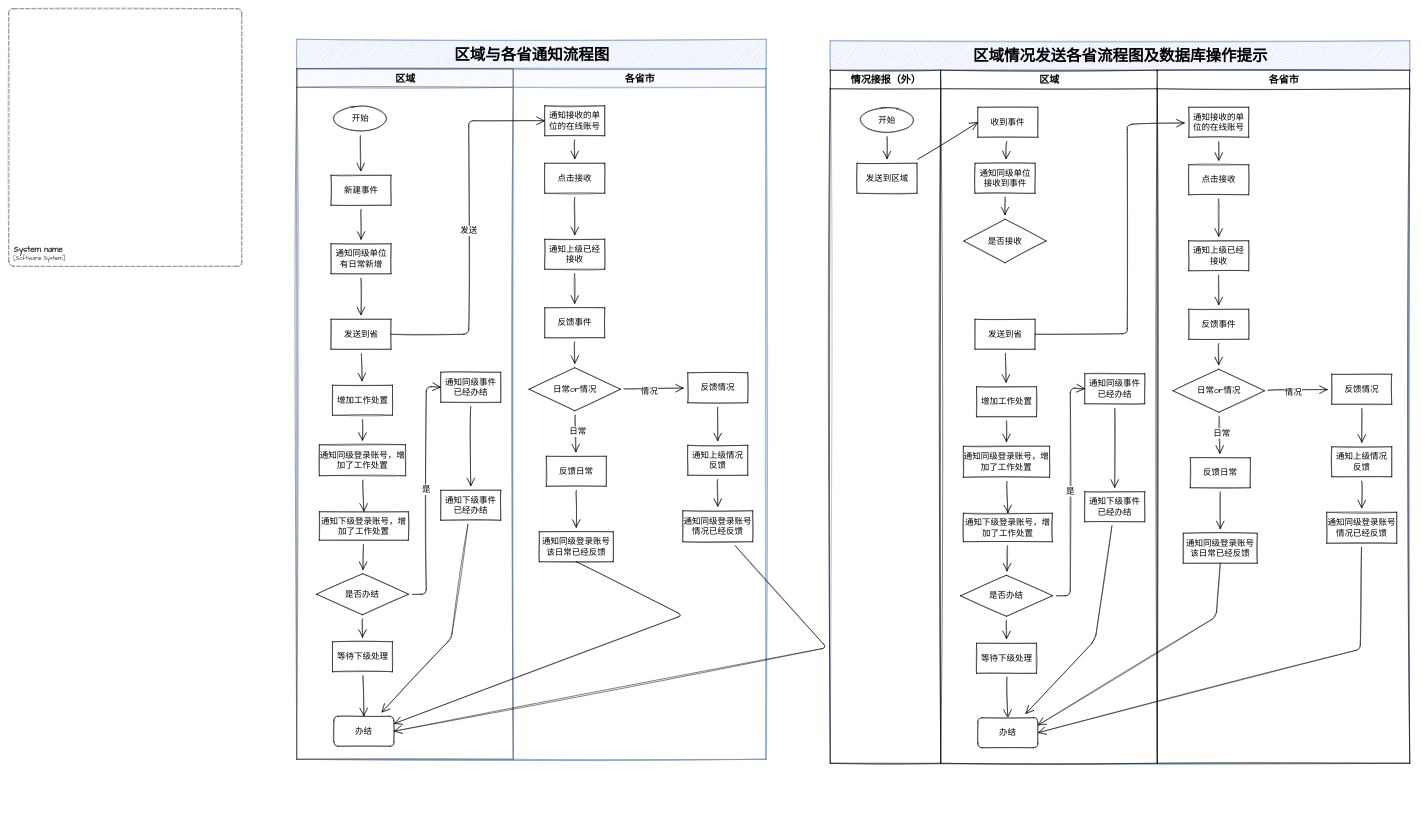
Earlier version of the draw.io diagram page "消息通知流程" (6 of 6) of 未命名绘图.drawio (chensiyu123456/drawio-files). Source tidied: cells renumbered, new cells numbered last; positions are measured from the earlier drawing's top-left corner, leaving out a move shared by most shapes. Both pictures are drawn from the tidied source at 50%, with x=0, y=0 at pixel (8, 8).
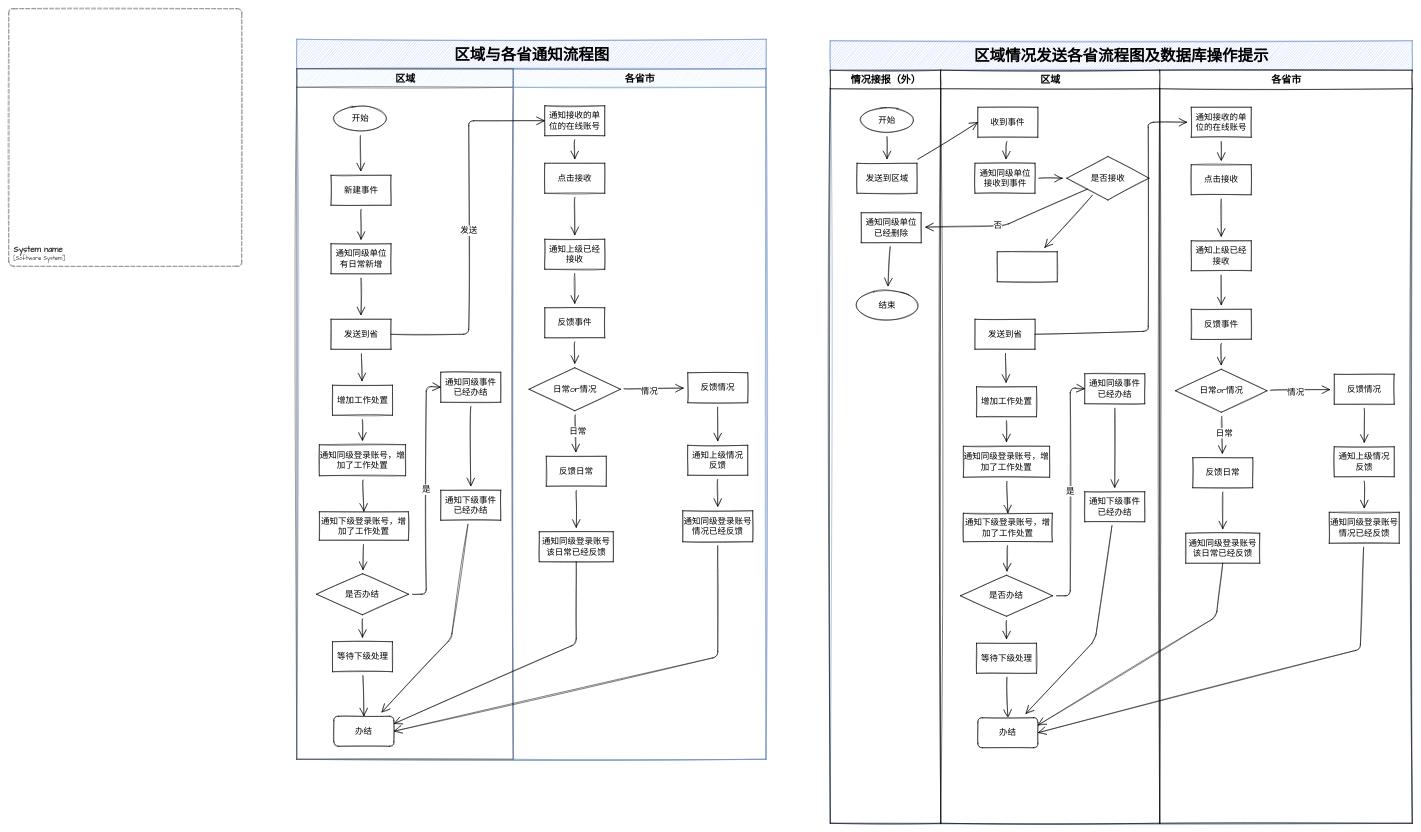
After the change.

Commit message (it also covers changes not shown here):
更新未命名绘图.drawio

Unchanged cells that the change refers to:
```xml
<mxCell id="3" value="&lt;font style=&quot;font-size: 31px&quot;&gt;区域与各省通知流程图&lt;/font&gt;" style="swimlane;html=1;startSize=59;rounded=0;shadow=0;labelBackgroundColor=none;strokeWidth=1;fontFamily=Verdana;fontSize=19;align=center;sketch=1;hachureGap=4;fillColor=#B0C7FC;strokeColor=#6c8ebf;swimlaneFillColor=none;" parent="1" vertex="1">
  <mxGeometry x="576" y="61" width="939" height="1440" as="geometry" />
</mxCell>
<mxCell id="28" value="办结" style="rounded=1;whiteSpace=wrap;html=1;sketch=1;hachureGap=4;fontFamily=Architects Daughter;fontSize=17;" parent="4" vertex="1">
  <mxGeometry x="74.2" y="1295" width="120" height="60" as="geometry" />
</mxCell>
<mxCell id="47" value="通知同级登录账号该日常已经反馈" style="whiteSpace=wrap;html=1;sketch=1;hachureGap=4;fontFamily=Architects Daughter;fontSize=17;" parent="29" vertex="1">
  <mxGeometry x="52" y="926" width="148" height="60" as="geometry" />
</mxCell>
<mxCell id="49" value="通知同级登录账号情况已经反馈" style="whiteSpace=wrap;html=1;sketch=1;hachureGap=4;fontFamily=Architects Daughter;fontSize=17;" parent="29" vertex="1">
  <mxGeometry x="339" y="884" width="140" height="62" as="geometry" />
</mxCell>
<mxCell id="64" value="发送到省" style="whiteSpace=wrap;html=1;sketch=1;hachureGap=4;fontFamily=Architects Daughter;fontSize=17;" parent="60" vertex="1">
  <mxGeometry x="68.5" y="498" width="120" height="60" as="geometry" />
</mxCell>
<mxCell id="86" value="通知接收的单位的在线账号" style="whiteSpace=wrap;html=1;sketch=1;hachureGap=4;fontFamily=Architects Daughter;fontSize=17;" parent="84" vertex="1">
  <mxGeometry x="63" y="74" width="120" height="60" as="geometry" />
</mxCell>
```

The edit, as a diff of the source:
```diff
@@
     <mxCell id="53" style="edgeStyle=none;rounded=1;sketch=1;hachureGap=4;jettySize=auto;html=1;fontFamily=Architects Daughter;fontSize=17;startArrow=none;startFill=0;endArrow=open;startSize=14;endSize=14;sourcePerimeterSpacing=8;targetPerimeterSpacing=8;exitX=0.5;exitY=1;exitDx=0;exitDy=0;entryX=1;entryY=0.25;entryDx=0;entryDy=0;" parent="3" edge="1" source="47" target="28">
       <mxGeometry relative="1" as="geometry">
         <Array as="points">
-          <mxPoint x="772" y="1152" />
+          <mxPoint x="559" y="1209" />
         </Array>
       </mxGeometry>
     </mxCell>
     <mxCell id="54" style="edgeStyle=none;rounded=1;sketch=1;hachureGap=4;jettySize=auto;html=1;fontFamily=Architects Daughter;fontSize=17;startArrow=none;startFill=0;endArrow=open;startSize=14;endSize=14;sourcePerimeterSpacing=8;targetPerimeterSpacing=8;entryX=1;entryY=0.5;entryDx=0;entryDy=0;" parent="3" edge="1" source="49" target="28">
       <mxGeometry relative="1" as="geometry">
         <Array as="points">
-          <mxPoint x="1060" y="1217" />
+          <mxPoint x="842" y="1235" />
         </Array>
       </mxGeometry>
     </mxCell>
     <mxCell id="55" value="&lt;font style=&quot;font-size: 31px&quot;&gt;区域情况发送各省流程图及数据库操作提示&lt;/font&gt;" style="swimlane;html=1;startSize=59;rounded=0;shadow=0;labelBackgroundColor=none;strokeWidth=1;fontFamily=Verdana;fontSize=19;align=center;sketch=1;hachureGap=4;fillColor=#B0C7FC;strokeColor=#6c8ebf;swimlaneFillColor=none;" parent="1" vertex="1">
-      <mxGeometry x="1643" y="64" width="1159" height="1445" as="geometry" />
+      <mxGeometry x="1643" y="64" width="1164" height="1565" as="geometry" />
     </mxCell>
     <mxCell id="56" value="情况接报（外）" style="swimlane;html=1;startSize=37;sketch=1;hachureGap=4;fontFamily=Architects Daughter;fontSize=20;" parent="55" vertex="1">
-      <mxGeometry y="59" width="221" height="1386" as="geometry" />
+      <mxGeometry y="59" width="221" height="1506" as="geometry" />
     </mxCell>
@@
+    <mxCell id="110" value="结束" style="ellipse;whiteSpace=wrap;html=1;sketch=1;hachureGap=4;fontFamily=Architects Daughter;fontSize=17;" parent="56" vertex="1">
+      <mxGeometry x="53.5" y="440" width="120" height="60" as="geometry" />
+    </mxCell>
+    <mxCell id="111" value="通知同级单位&lt;br&gt;已经删除&lt;br&gt;" style="whiteSpace=wrap;html=1;sketch=1;hachureGap=4;fontFamily=Architects Daughter;fontSize=17;" parent="56" vertex="1">
+      <mxGeometry x="62" y="285" width="120" height="60" as="geometry" />
+    </mxCell>
+    <mxCell id="112" style="edgeStyle=none;rounded=1;sketch=1;hachureGap=4;jettySize=auto;html=1;fontFamily=Architects Daughter;fontSize=17;startArrow=none;startFill=0;endArrow=open;startSize=14;endSize=14;sourcePerimeterSpacing=8;targetPerimeterSpacing=8;" parent="56" edge="1" source="111" target="110">
+      <mxGeometry relative="1" as="geometry" />
+    </mxCell>
     <mxCell id="60" value="区域" style="swimlane;html=1;startSize=37;sketch=1;hachureGap=4;fontFamily=Architects Daughter;fontSize=20;" parent="55" vertex="1">
-      <mxGeometry x="221" y="59" width="433" height="1386" as="geometry" />
+      <mxGeometry x="221" y="59" width="438" height="1506" as="geometry" />
     </mxCell>
@@
     <mxCell id="82" value="是否接收" style="rhombus;whiteSpace=wrap;html=1;sketch=1;hachureGap=4;fontFamily=Architects Daughter;fontSize=17;" parent="60" vertex="1">
-      <mxGeometry x="46.2" y="298" width="164.5" height="87" as="geometry" />
+      <mxGeometry x="252" y="172.5" width="164.5" height="87" as="geometry" />
     </mxCell>
@@
+    <mxCell id="113" style="whiteSpace=wrap;html=1;sketch=1;hachureGap=4;fontFamily=Architects Daughter;fontSize=17;" parent="60" vertex="1">
+      <mxGeometry x="113" y="363" width="120" height="60" as="geometry" />
+    </mxCell>
+    <mxCell id="114" style="edgeStyle=none;rounded=1;sketch=1;hachureGap=4;jettySize=auto;html=1;fontFamily=Architects Daughter;fontSize=17;startArrow=none;startFill=0;endArrow=open;startSize=14;endSize=14;sourcePerimeterSpacing=8;targetPerimeterSpacing=8;" parent="60" edge="1" source="82" target="113">
+      <mxGeometry relative="1" as="geometry" />
+    </mxCell>
     <mxCell id="84" value="各省市" style="swimlane;html=1;startSize=37;sketch=1;hachureGap=4;fontFamily=Architects Daughter;fontSize=20;" parent="55" vertex="1">
-      <mxGeometry x="654" y="59" width="505" height="1386" as="geometry" />
+      <mxGeometry x="659" y="59" width="505" height="1506" as="geometry" />
     </mxCell>
@@
     <mxCell id="106" style="edgeStyle=none;rounded=1;sketch=1;hachureGap=4;jettySize=auto;html=1;fontFamily=Architects Daughter;fontSize=17;startArrow=none;startFill=0;endArrow=open;startSize=14;endSize=14;sourcePerimeterSpacing=8;targetPerimeterSpacing=8;exitX=1;exitY=0.5;exitDx=0;exitDy=0;" parent="55" edge="1" source="64" target="86">
       <mxGeometry relative="1" as="geometry">
         <Array as="points">
-          <mxPoint x="594" y="586" />
-          <mxPoint x="594" y="167" />
+          <mxPoint x="636" y="581" />
+          <mxPoint x="636" y="163" />
         </Array>
       </mxGeometry>
     </mxCell>
@@
+    <mxCell id="115" style="edgeStyle=none;rounded=1;sketch=1;hachureGap=4;jettySize=auto;html=1;fontFamily=Architects Daughter;fontSize=17;startArrow=none;startFill=0;endArrow=open;startSize=14;endSize=14;sourcePerimeterSpacing=8;targetPerimeterSpacing=8;exitX=0;exitY=1;exitDx=0;exitDy=0;" parent="55" edge="1" source="82" target="111">
+      <mxGeometry relative="1" as="geometry">
+        <Array as="points">
+          <mxPoint x="348" y="370" />
+        </Array>
+      </mxGeometry>
+    </mxCell>
+    <mxCell id="116" value="否" style="edgeLabel;html=1;align=center;verticalAlign=middle;fontSize=17;fontFamily=Architects Daughter;" parent="115" vertex="1">
+      <mxGeometry x="0.15" y="-1" relative="1" as="geometry" />
+    </mxCell>
```
